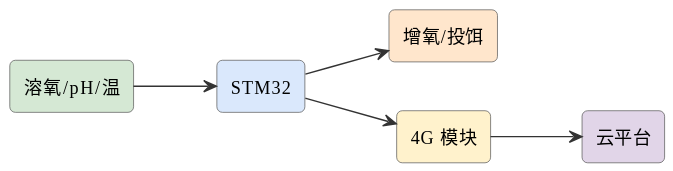
Before: assets/diagrams/ideas-fig13.svg, a diagram exported from PlantUML (mingyi0818/IntelligentMcuCourse). The source it was exported from:
```plantuml
@startuml
skinparam defaultFontName "Microsoft YaHei"
skinparam rectangleRoundCorner 8
skinparam rectangleBorderColor #555
skinparam rectangleFontSize 13
skinparam arrowFontSize 11
skinparam arrowColor #333
left to right direction
rectangle "溶氧/pH/温" as s #d5e8d4
rectangle "STM32" as stm #dae8fc
rectangle "增氧/投饵" as pump #ffe6cc
rectangle "4G 模块" as g #fff2cc
rectangle "云平台" as cloud #e1d5e8
s --> stm
stm --> pump
stm --> g
g --> cloud
@enduml
```
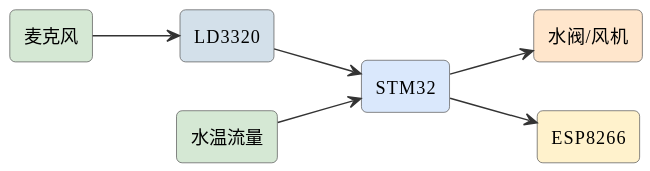
The same file after the commit.

Diff of the diagram source:
```diff
@@ -6,13 +6,15 @@
 skinparam arrowFontSize 11
 skinparam arrowColor #333
 left to right direction
-rectangle "溶氧/pH/温" as s #d5e8d4
+rectangle "麦克风" as mic #d5e8d4
+rectangle "LD3320" as ld #d3e0ea
 rectangle "STM32" as stm #dae8fc
-rectangle "增氧/投饵" as pump #ffe6cc
-rectangle "4G 模块" as g #fff2cc
-rectangle "云平台" as cloud #e1d5e8
-s --> stm
-stm --> pump
-stm --> g
-g --> cloud
+rectangle "水阀/风机" as valve #ffe6cc
+rectangle "水温流量" as th #d5e8d4
+rectangle "ESP8266" as esp #fff2cc
+mic --> ld
+ld --> stm
+stm --> valve
+th --> stm
+stm --> esp
 @enduml
```
